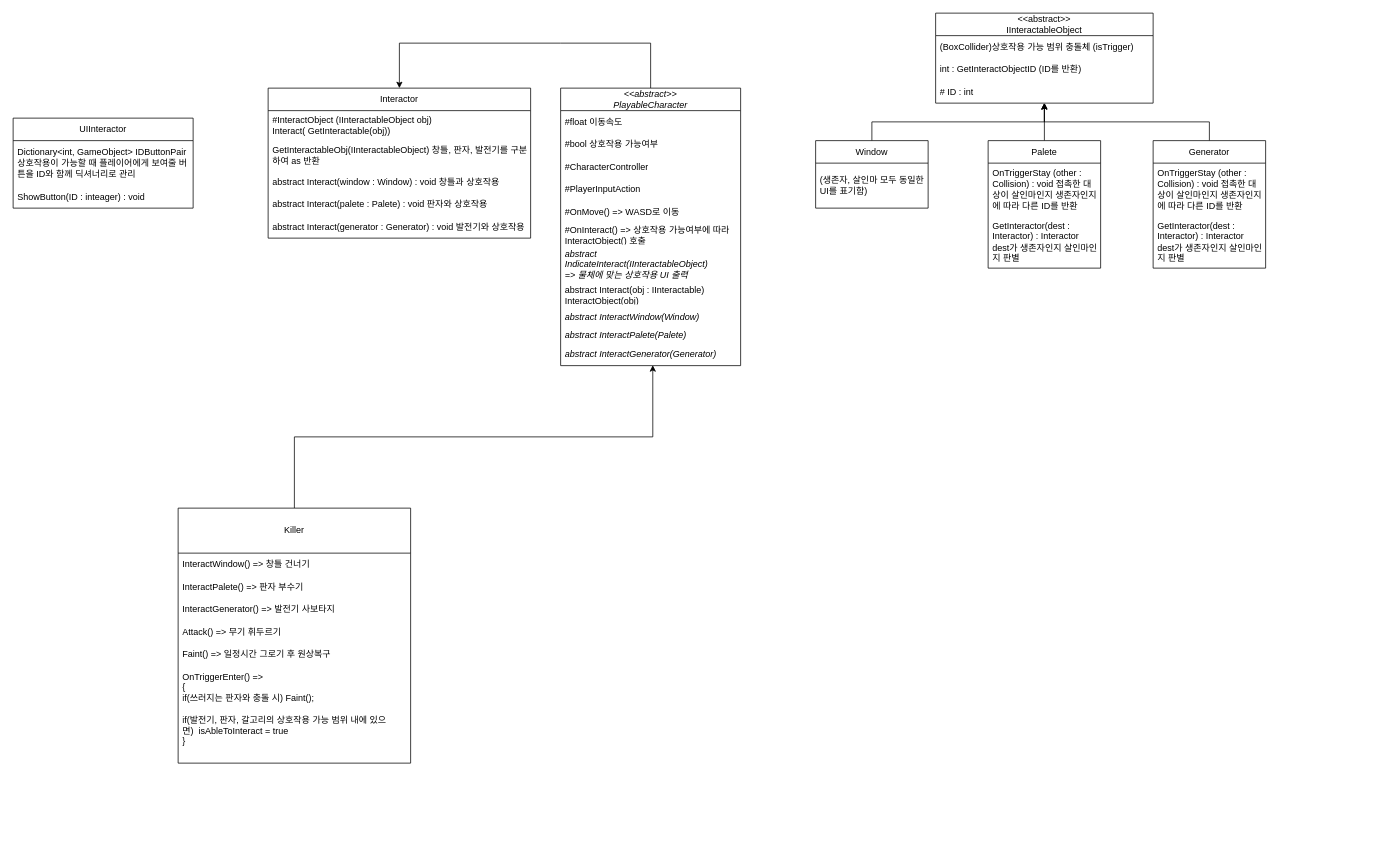
This is ProjectD_Classes.drawio from FavorKim/ProjectD, a draw.io file, before an edit. Source tidied: cells renumbered, new cells numbered last; positions are measured from the earlier drawing's top-left corner, leaving out a move shared by most shapes. Both pictures are drawn from the tidied source at 75%, with x=0, y=0 at pixel (13, 13).
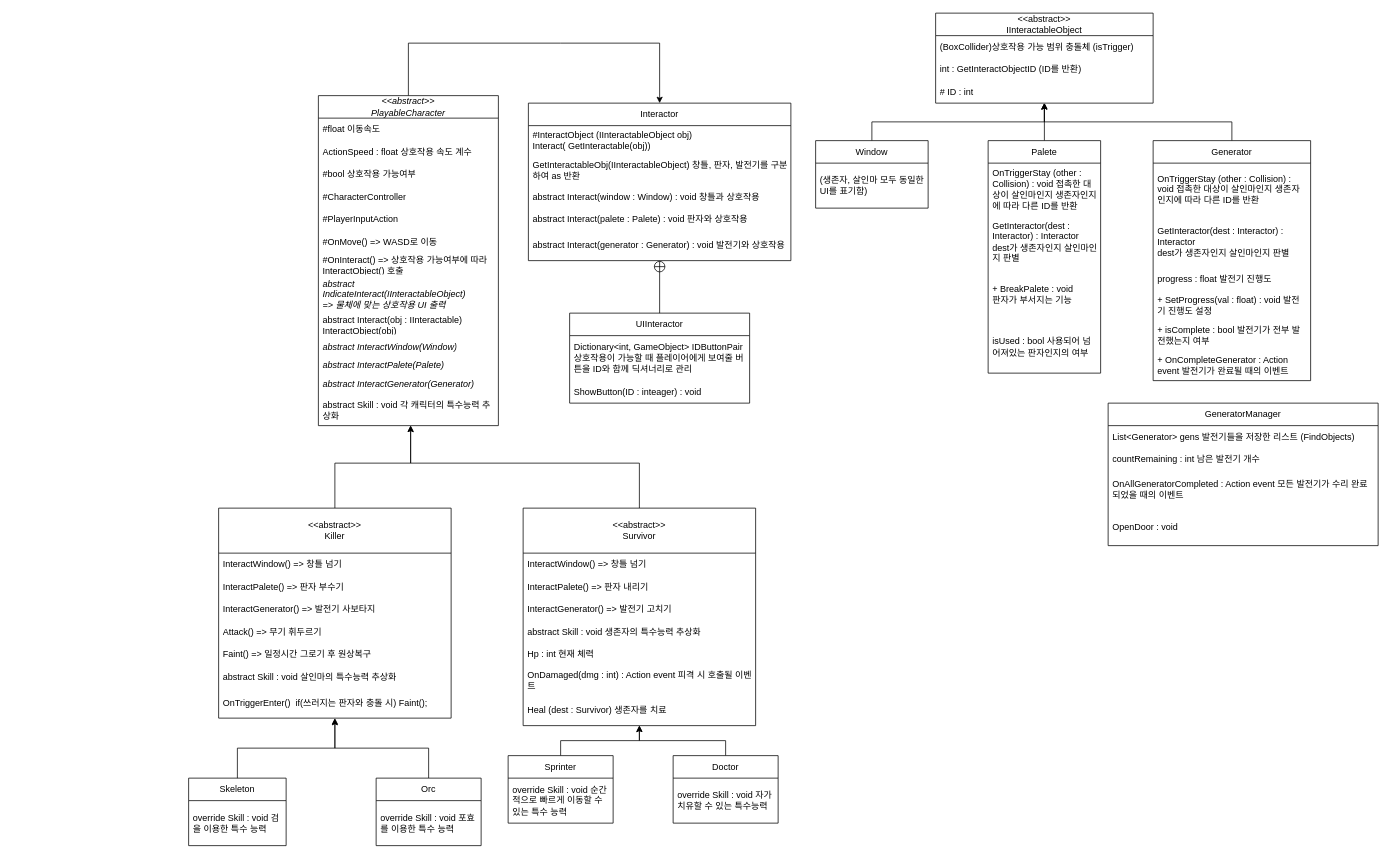
Above is the later version.

Change to the diagram source:
```diff
@@
     <mxCell id="3" value="&lt;i&gt;&amp;lt;&amp;lt;abstract&amp;gt;&amp;gt;&lt;/i&gt;&lt;div&gt;&lt;i&gt;PlayableCharacter&lt;/i&gt;&lt;/div&gt;" style="swimlane;fontStyle=0;horizontal=1;startSize=30;whiteSpace=wrap;html=1;" parent="1" vertex="1">
-      <mxGeometry x="730" y="100" width="240" height="370" as="geometry" />
+      <mxGeometry x="407" y="110" width="240" height="440" as="geometry" />
     </mxCell>
@@
+    <mxCell id="47" value="ActionSpeed : float 상호작용 속도 계수" style="text;strokeColor=none;fillColor=none;align=left;verticalAlign=middle;spacingLeft=4;spacingRight=4;overflow=hidden;whiteSpace=wrap;html=1;" parent="3" vertex="1">
+      <mxGeometry y="60" width="240" height="30" as="geometry" />
+    </mxCell>
     <mxCell id="5" value="#bool 상호작용 가능여부" style="text;strokeColor=none;fillColor=none;align=left;verticalAlign=middle;spacingLeft=4;spacingRight=4;overflow=hidden;whiteSpace=wrap;html=1;" parent="3" vertex="1">
-      <mxGeometry y="60" width="240" height="30" as="geometry" />
+      <mxGeometry y="90" width="240" height="30" as="geometry" />
     </mxCell>
     <mxCell id="6" value="#CharacterController" style="text;strokeColor=none;fillColor=none;align=left;verticalAlign=middle;spacingLeft=4;spacingRight=4;overflow=hidden;whiteSpace=wrap;html=1;" parent="3" vertex="1">
-      <mxGeometry y="90" width="240" height="30" as="geometry" />
+      <mxGeometry y="120" width="240" height="30" as="geometry" />
     </mxCell>
     <mxCell id="7" value="#PlayerInputAction" style="text;strokeColor=none;fillColor=none;align=left;verticalAlign=middle;spacingLeft=4;spacingRight=4;overflow=hidden;whiteSpace=wrap;html=1;" parent="3" vertex="1">
-      <mxGeometry y="120" width="240" height="30" as="geometry" />
+      <mxGeometry y="150" width="240" height="30" as="geometry" />
     </mxCell>
     <mxCell id="8" value="&lt;span style=&quot;font-style: normal;&quot;&gt;#OnMove() =&amp;gt; WASD로 이동&lt;/span&gt;" style="text;strokeColor=none;fillColor=none;align=left;verticalAlign=middle;spacingLeft=4;spacingRight=4;overflow=hidden;whiteSpace=wrap;html=1;fontStyle=2;" parent="3" vertex="1">
-      <mxGeometry y="150" width="240" height="30" as="geometry" />
+      <mxGeometry y="180" width="240" height="30" as="geometry" />
     </mxCell>
     <mxCell id="9" value="&lt;span style=&quot;font-style: normal;&quot;&gt;#OnInteract() =&amp;gt; 상호작용 가능여부에 따라 InteractObject() 호출&lt;/span&gt;" style="text;strokeColor=none;fillColor=none;align=left;verticalAlign=middle;spacingLeft=4;spacingRight=4;overflow=hidden;whiteSpace=wrap;html=1;fontStyle=2;" parent="3" vertex="1">
-      <mxGeometry y="180" width="240" height="30" as="geometry" />
+      <mxGeometry y="210" width="240" height="30" as="geometry" />
     </mxCell>
     <mxCell id="10" value="abstract IndicateInteract(IInteractableObject)&lt;div&gt;=&amp;gt; 물체에 맞는 상호작용 UI 출력&lt;/div&gt;" style="text;strokeColor=none;fillColor=none;align=left;verticalAlign=middle;spacingLeft=4;spacingRight=4;overflow=hidden;whiteSpace=wrap;html=1;fontStyle=2;" parent="3" vertex="1">
-      <mxGeometry y="210" width="240" height="50" as="geometry" />
+      <mxGeometry y="240" width="240" height="50" as="geometry" />
     </mxCell>
     <mxCell id="11" value="&lt;span style=&quot;font-style: normal;&quot;&gt;abstract Interact(obj : IInteractable)&lt;/span&gt;&lt;div&gt;&lt;span style=&quot;font-style: normal;&quot;&gt;InteractObject(obj)&lt;/span&gt;&lt;/div&gt;" style="text;strokeColor=none;fillColor=none;align=left;verticalAlign=middle;spacingLeft=4;spacingRight=4;overflow=hidden;whiteSpace=wrap;html=1;fontStyle=2;" parent="3" vertex="1">
-      <mxGeometry y="260" width="240" height="30" as="geometry" />
+      <mxGeometry y="290" width="240" height="30" as="geometry" />
     </mxCell>
     <mxCell id="12" value="abstract InteractWindow(Window)" style="text;strokeColor=none;fillColor=none;align=left;verticalAlign=middle;spacingLeft=4;spacingRight=4;overflow=hidden;whiteSpace=wrap;html=1;fontStyle=2;" parent="3" vertex="1">
-      <mxGeometry y="290" width="240" height="30" as="geometry" />
+      <mxGeometry y="320" width="240" height="30" as="geometry" />
     </mxCell>
     <mxCell id="13" value="abstract InteractPalete(Palete)" style="text;strokeColor=none;fillColor=none;align=left;verticalAlign=middle;spacingLeft=4;spacingRight=4;overflow=hidden;whiteSpace=wrap;html=1;fontStyle=2;" parent="3" vertex="1">
-      <mxGeometry y="320" width="240" height="20" as="geometry" />
+      <mxGeometry y="350" width="240" height="20" as="geometry" />
     </mxCell>
     <mxCell id="14" value="abstract InteractGenerator(Generator)" style="text;strokeColor=none;fillColor=none;align=left;verticalAlign=middle;spacingLeft=4;spacingRight=4;overflow=hidden;points=[[0,0.5],[1,0.5]];portConstraint=eastwest;whiteSpace=wrap;html=1;fontStyle=2;" parent="3" vertex="1">
-      <mxGeometry y="340" width="240" height="30" as="geometry" />
+      <mxGeometry y="370" width="240" height="30" as="geometry" />
     </mxCell>
+    <mxCell id="48" value="abstract Skill : void 각 캐릭터의 특수능력 추상화" style="text;strokeColor=none;fillColor=none;align=left;verticalAlign=middle;spacingLeft=4;spacingRight=4;overflow=hidden;whiteSpace=wrap;html=1;" parent="3" vertex="1">
+      <mxGeometry y="400" width="240" height="40" as="geometry" />
+    </mxCell>
-    <mxCell id="15" style="edgeStyle=orthogonalEdgeStyle;rounded=0;jettySize=auto;html=1;exitX=0.5;exitY=0;exitDx=0;exitDy=0;entryX=0.512;entryY=0.983;entryDx=0;entryDy=0;entryPerimeter=0;" parent="1" edge="1" source="16" target="14">
-      <mxGeometry relative="1" as="geometry" />
+    <mxCell id="15" style="edgeStyle=orthogonalEdgeStyle;rounded=0;jettySize=auto;html=1;exitX=0.5;exitY=0;exitDx=0;exitDy=0;" parent="1" edge="1" source="16" target="3">
+      <mxGeometry relative="1" as="geometry">
+        <Array as="points">
+          <mxPoint x="429" y="600" />
+          <mxPoint x="530" y="600" />
+        </Array>
+      </mxGeometry>
     </mxCell>
-    <mxCell id="16" value="Killer" style="swimlane;fontStyle=0;horizontal=1;startSize=60;whiteSpace=wrap;html=1;swimlaneLine=1;" parent="1" vertex="1">
-      <mxGeometry x="220" y="660" width="310" height="340" as="geometry" />
+    <mxCell id="16" value="&lt;div&gt;&amp;lt;&amp;lt;abstract&amp;gt;&amp;gt;&lt;/div&gt;Killer" style="swimlane;fontStyle=0;horizontal=1;startSize=60;whiteSpace=wrap;html=1;swimlaneLine=1;" parent="1" vertex="1">
+      <mxGeometry x="274" y="660" width="310" height="280" as="geometry" />
     </mxCell>
-    <mxCell id="17" value="InteractWindow() =&amp;gt; 창틀 건너기" style="text;strokeColor=none;fillColor=none;align=left;verticalAlign=middle;spacingLeft=4;spacingRight=4;overflow=hidden;whiteSpace=wrap;html=1;" parent="16" vertex="1">
+    <mxCell id="17" value="InteractWindow() =&amp;gt; 창틀 넘기" style="text;strokeColor=none;fillColor=none;align=left;verticalAlign=middle;spacingLeft=4;spacingRight=4;overflow=hidden;whiteSpace=wrap;html=1;" parent="16" vertex="1">
       <mxGeometry y="60" width="310" height="30" as="geometry" />
     </mxCell>
@@
+    <mxCell id="49" value="abstract Skill : void 살인마의 특수능력 추상화" style="text;strokeColor=none;fillColor=none;align=left;verticalAlign=middle;spacingLeft=4;spacingRight=4;overflow=hidden;whiteSpace=wrap;html=1;" parent="16" vertex="1">
+      <mxGeometry y="210" width="310" height="30" as="geometry" />
+    </mxCell>
-    <mxCell id="22" value="OnTriggerEnter() =&amp;gt;&amp;nbsp;&lt;div&gt;{&amp;nbsp;&lt;div&gt;if(쓰러지는 판자와 충돌 시) Faint();&amp;nbsp;&lt;/div&gt;&lt;div&gt;&lt;br&gt;&lt;/div&gt;&lt;div&gt;if(발전기, 판자, 갈고리의 상호작용 가능 범위 내에 있으면)&amp;nbsp;&amp;nbsp;&lt;span style=&quot;background-color: initial;&quot;&gt;isAbleToInteract = true&lt;/span&gt;&lt;/div&gt;&lt;div&gt;}&lt;/div&gt;&lt;div&gt;&lt;br&gt;&lt;/div&gt;&lt;/div&gt;" style="text;strokeColor=none;fillColor=none;align=left;verticalAlign=middle;spacingLeft=4;spacingRight=4;overflow=hidden;points=[[0,0.5],[1,0.5]];portConstraint=eastwest;whiteSpace=wrap;html=1;" parent="16" vertex="1">
-      <mxGeometry y="210" width="310" height="130" as="geometry" />
+    <mxCell id="22" value="OnTriggerEnter()&amp;nbsp;&amp;nbsp;&lt;span style=&quot;background-color: initial;&quot;&gt;if(쓰러지는 판자와 충돌 시) Faint();&amp;nbsp;&lt;/span&gt;" style="text;strokeColor=none;fillColor=none;align=left;verticalAlign=middle;spacingLeft=4;spacingRight=4;overflow=hidden;points=[[0,0.5],[1,0.5]];portConstraint=eastwest;whiteSpace=wrap;html=1;" parent="16" vertex="1">
+      <mxGeometry y="240" width="310" height="40" as="geometry" />
     </mxCell>
@@
     <mxCell id="27" value="Interactor" style="swimlane;fontStyle=0;horizontal=1;startSize=30;whiteSpace=wrap;html=1;" parent="1" vertex="1">
-      <mxGeometry x="340" y="100" width="350" height="200" as="geometry" />
+      <mxGeometry x="687" y="120" width="350" height="210" as="geometry" />
     </mxCell>
@@
     <mxCell id="32" value="abstract Interact(generator : Generator) : void&amp;nbsp;발전기와 상호작용" style="text;strokeColor=none;fillColor=none;align=left;verticalAlign=middle;spacingLeft=4;spacingRight=4;overflow=hidden;whiteSpace=wrap;html=1;" parent="27" vertex="1">
-      <mxGeometry y="170" width="350" height="30" as="geometry" />
+      <mxGeometry y="170" width="350" height="40" as="geometry" />
     </mxCell>
     <mxCell id="33" value="UIInteractor" style="swimlane;fontStyle=0;horizontal=1;startSize=30;whiteSpace=wrap;html=1;" parent="1" vertex="1">
-      <mxGeometry y="140" width="240" height="120" as="geometry" />
+      <mxGeometry x="742" y="400" width="240" height="120" as="geometry" />
     </mxCell>
@@
     <mxCell id="40" value="Palete" style="swimlane;fontStyle=0;horizontal=1;startSize=30;whiteSpace=wrap;html=1;" parent="1" vertex="1">
-      <mxGeometry x="1300" y="170" width="150" height="170" as="geometry" />
+      <mxGeometry x="1300" y="170" width="150" height="310" as="geometry" />
     </mxCell>
@@
+    <mxCell id="50" value="+ BreakPalete : void&lt;div&gt;판자가 부서지는 기능&lt;/div&gt;" style="text;strokeColor=none;fillColor=none;align=left;verticalAlign=middle;spacingLeft=4;spacingRight=4;overflow=hidden;whiteSpace=wrap;html=1;" parent="40" vertex="1">
+      <mxGeometry y="170" width="150" height="70" as="geometry" />
+    </mxCell>
+    <mxCell id="51" value="isUsed : bool 사용되어 넘어져있는 판자인지의 여부" style="text;strokeColor=none;fillColor=none;align=left;verticalAlign=middle;spacingLeft=4;spacingRight=4;overflow=hidden;whiteSpace=wrap;html=1;" parent="40" vertex="1">
+      <mxGeometry y="240" width="150" height="70" as="geometry" />
+    </mxCell>
@@
     <mxCell id="44" value="Generator" style="swimlane;fontStyle=0;horizontal=1;startSize=30;whiteSpace=wrap;html=1;" parent="1" vertex="1">
-      <mxGeometry x="1520" y="170" width="150" height="170" as="geometry" />
+      <mxGeometry x="1520" y="170" width="210" height="320" as="geometry" />
     </mxCell>
     <mxCell id="45" value="OnTriggerStay (other : Collision) : void 접촉한 대상이 살인마인지 생존자인지에 따라 다른 ID를 반환" style="text;strokeColor=none;fillColor=none;align=left;verticalAlign=middle;spacingLeft=4;spacingRight=4;overflow=hidden;whiteSpace=wrap;html=1;" parent="44" vertex="1">
-      <mxGeometry y="30" width="150" height="70" as="geometry" />
+      <mxGeometry y="30" width="210" height="70" as="geometry" />
     </mxCell>
     <mxCell id="46" value="GetInteractor(dest : Interactor) : Interactor&lt;div&gt;dest가 생존자인지 살인마인지 판별&lt;/div&gt;" style="text;strokeColor=none;fillColor=none;align=left;verticalAlign=middle;spacingLeft=4;spacingRight=4;overflow=hidden;whiteSpace=wrap;html=1;" parent="44" vertex="1">
-      <mxGeometry y="100" width="150" height="70" as="geometry" />
+      <mxGeometry y="100" width="210" height="70" as="geometry" />
     </mxCell>
+    <mxCell id="52" value="progress : float 발전기 진행도" style="text;strokeColor=none;fillColor=none;align=left;verticalAlign=middle;spacingLeft=4;spacingRight=4;overflow=hidden;whiteSpace=wrap;html=1;" parent="44" vertex="1">
+      <mxGeometry y="170" width="210" height="30" as="geometry" />
+    </mxCell>
+    <mxCell id="53" value="+ SetProgress(val : float) : void 발전기 진행도 설정" style="text;strokeColor=none;fillColor=none;align=left;verticalAlign=middle;spacingLeft=4;spacingRight=4;overflow=hidden;whiteSpace=wrap;html=1;" parent="44" vertex="1">
+      <mxGeometry y="200" width="210" height="40" as="geometry" />
+    </mxCell>
+    <mxCell id="54" value="+ isComplete : bool 발전기가 전부 발전했는지 여부" style="text;strokeColor=none;fillColor=none;align=left;verticalAlign=middle;spacingLeft=4;spacingRight=4;overflow=hidden;whiteSpace=wrap;html=1;" parent="44" vertex="1">
+      <mxGeometry y="240" width="210" height="40" as="geometry" />
+    </mxCell>
+    <mxCell id="55" value="+ OnCompleteGenerator : Action event 발전기가 완료될 때의 이벤트" style="text;strokeColor=none;fillColor=none;align=left;verticalAlign=middle;spacingLeft=4;spacingRight=4;overflow=hidden;whiteSpace=wrap;html=1;" parent="44" vertex="1">
+      <mxGeometry y="280" width="210" height="40" as="geometry" />
+    </mxCell>
+    <mxCell id="56" value="GeneratorManager" style="swimlane;fontStyle=0;horizontal=1;startSize=30;whiteSpace=wrap;html=1;" parent="1" vertex="1">
+      <mxGeometry x="1460" y="520" width="360" height="190" as="geometry" />
+    </mxCell>
+    <mxCell id="57" value="List&amp;lt;Generator&amp;gt; gens 발전기들을 저장한 리스트 (FindObjects)" style="text;strokeColor=none;fillColor=none;align=left;verticalAlign=middle;spacingLeft=4;spacingRight=4;overflow=hidden;whiteSpace=wrap;html=1;" parent="56" vertex="1">
+      <mxGeometry y="30" width="360" height="30" as="geometry" />
+    </mxCell>
+    <mxCell id="58" value="countRemaining : int 남은 발전기 개수" style="text;strokeColor=none;fillColor=none;align=left;verticalAlign=middle;spacingLeft=4;spacingRight=4;overflow=hidden;whiteSpace=wrap;html=1;" parent="56" vertex="1">
+      <mxGeometry y="60" width="360" height="30" as="geometry" />
+    </mxCell>
+    <mxCell id="59" value="OnAllGeneratorCompleted : Action event 모든 발전기가 수리 완료되었을 때의 이벤트" style="text;strokeColor=none;fillColor=none;align=left;verticalAlign=middle;spacingLeft=4;spacingRight=4;overflow=hidden;whiteSpace=wrap;html=1;" parent="56" vertex="1">
+      <mxGeometry y="90" width="360" height="50" as="geometry" />
+    </mxCell>
+    <mxCell id="60" value="OpenDoor : void&amp;nbsp;" style="text;strokeColor=none;fillColor=none;align=left;verticalAlign=middle;spacingLeft=4;spacingRight=4;overflow=hidden;whiteSpace=wrap;html=1;" parent="56" vertex="1">
+      <mxGeometry y="140" width="360" height="50" as="geometry" />
+    </mxCell>
+    <mxCell id="61" value="Skeleton" style="swimlane;fontStyle=0;horizontal=1;startSize=30;whiteSpace=wrap;html=1;swimlaneLine=1;" parent="1" vertex="1">
+      <mxGeometry x="234" y="1020" width="130" height="90" as="geometry" />
+    </mxCell>
+    <mxCell id="62" value="override Skill : void 검을 이용한 특수 능력" style="text;strokeColor=none;fillColor=none;align=left;verticalAlign=middle;spacingLeft=4;spacingRight=4;overflow=hidden;whiteSpace=wrap;html=1;" parent="61" vertex="1">
+      <mxGeometry y="30" width="130" height="60" as="geometry" />
+    </mxCell>
+    <mxCell id="63" style="edgeStyle=orthogonalEdgeStyle;rounded=0;jettySize=auto;html=1;entryX=0.5;entryY=1.025;entryDx=0;entryDy=0;entryPerimeter=0;" parent="1" edge="1" source="61" target="22">
+      <mxGeometry relative="1" as="geometry" />
+    </mxCell>
+    <mxCell id="64" style="edgeStyle=orthogonalEdgeStyle;rounded=0;jettySize=auto;html=1;" parent="1" edge="1" source="65" target="16">
+      <mxGeometry relative="1" as="geometry" />
+    </mxCell>
+    <mxCell id="65" value="Orc" style="swimlane;fontStyle=0;horizontal=1;startSize=30;whiteSpace=wrap;html=1;swimlaneLine=1;" parent="1" vertex="1">
+      <mxGeometry x="484" y="1020" width="140" height="90" as="geometry" />
+    </mxCell>
+    <mxCell id="66" value="override Skill : void 포효를 이용한 특수 능력" style="text;strokeColor=none;fillColor=none;align=left;verticalAlign=middle;spacingLeft=4;spacingRight=4;overflow=hidden;whiteSpace=wrap;html=1;" parent="65" vertex="1">
+      <mxGeometry y="30" width="140" height="60" as="geometry" />
+    </mxCell>
+    <mxCell id="67" style="edgeStyle=orthogonalEdgeStyle;rounded=0;jettySize=auto;html=1;exitX=0.5;exitY=0;exitDx=0;exitDy=0;" parent="1" edge="1" source="68" target="3">
+      <mxGeometry relative="1" as="geometry">
+        <Array as="points">
+          <mxPoint x="835" y="600" />
+          <mxPoint x="530" y="600" />
+        </Array>
+      </mxGeometry>
+    </mxCell>
+    <mxCell id="68" value="&lt;div&gt;&amp;lt;&amp;lt;abstract&amp;gt;&amp;gt;&lt;/div&gt;&lt;div&gt;Survivor&lt;/div&gt;" style="swimlane;fontStyle=0;horizontal=1;startSize=60;whiteSpace=wrap;html=1;swimlaneLine=1;" parent="1" vertex="1">
+      <mxGeometry x="680" y="660" width="310" height="290" as="geometry" />
+    </mxCell>
+    <mxCell id="69" value="InteractWindow() =&amp;gt; 창틀 넘기" style="text;strokeColor=none;fillColor=none;align=left;verticalAlign=middle;spacingLeft=4;spacingRight=4;overflow=hidden;whiteSpace=wrap;html=1;" parent="68" vertex="1">
+      <mxGeometry y="60" width="310" height="30" as="geometry" />
+    </mxCell>
+    <mxCell id="70" value="InteractPalete() =&amp;gt; 판자 내리기" style="text;strokeColor=none;fillColor=none;align=left;verticalAlign=middle;spacingLeft=4;spacingRight=4;overflow=hidden;whiteSpace=wrap;html=1;" parent="68" vertex="1">
+      <mxGeometry y="90" width="310" height="30" as="geometry" />
+    </mxCell>
+    <mxCell id="71" value="InteractGenerator() =&amp;gt; 발전기 고치기" style="text;strokeColor=none;fillColor=none;align=left;verticalAlign=middle;spacingLeft=4;spacingRight=4;overflow=hidden;whiteSpace=wrap;html=1;" parent="68" vertex="1">
+      <mxGeometry y="120" width="310" height="30" as="geometry" />
+    </mxCell>
+    <mxCell id="72" value="abstract Skill : void 생존자의 특수능력 추상화" style="text;strokeColor=none;fillColor=none;align=left;verticalAlign=middle;spacingLeft=4;spacingRight=4;overflow=hidden;whiteSpace=wrap;html=1;" parent="68" vertex="1">
+      <mxGeometry y="150" width="310" height="30" as="geometry" />
+    </mxCell>
+    <mxCell id="73" value="Hp : int 현재 체력" style="text;strokeColor=none;fillColor=none;align=left;verticalAlign=middle;spacingLeft=4;spacingRight=4;overflow=hidden;whiteSpace=wrap;html=1;" parent="68" vertex="1">
+      <mxGeometry y="180" width="310" height="30" as="geometry" />
+    </mxCell>
+    <mxCell id="74" value="OnDamaged(dmg : int) : Action event 피격 시 호출될 이벤트" style="text;strokeColor=none;fillColor=none;align=left;verticalAlign=middle;spacingLeft=4;spacingRight=4;overflow=hidden;whiteSpace=wrap;html=1;" parent="68" vertex="1">
+      <mxGeometry y="210" width="310" height="40" as="geometry" />
+    </mxCell>
+    <mxCell id="75" value="Heal (dest : Survivor) 생존자를 치료" style="text;strokeColor=none;fillColor=none;align=left;verticalAlign=middle;spacingLeft=4;spacingRight=4;overflow=hidden;whiteSpace=wrap;html=1;" parent="68" vertex="1">
+      <mxGeometry y="250" width="310" height="40" as="geometry" />
+    </mxCell>
+    <mxCell id="76" style="endArrow=none;html=1;rounded=0;startArrow=circlePlus;startFill=0;endFill=0;" parent="1" edge="1" source="27" target="33">
+      <mxGeometry relative="1" as="geometry" />
+    </mxCell>
+    <mxCell id="77" style="edgeStyle=orthogonalEdgeStyle;rounded=0;jettySize=auto;html=1;" parent="1" edge="1" source="78" target="68">
+      <mxGeometry relative="1" as="geometry" />
+    </mxCell>
+    <mxCell id="78" value="Sprinter" style="swimlane;fontStyle=0;horizontal=1;startSize=30;whiteSpace=wrap;html=1;swimlaneLine=1;" parent="1" vertex="1">
+      <mxGeometry x="660" y="990" width="140" height="90" as="geometry" />
+    </mxCell>
+    <mxCell id="79" value="override Skill : void 순간적으로 빠르게 이동할 수 있는 특수 능력" style="text;strokeColor=none;fillColor=none;align=left;verticalAlign=middle;spacingLeft=4;spacingRight=4;overflow=hidden;whiteSpace=wrap;html=1;" parent="78" vertex="1">
+      <mxGeometry y="30" width="140" height="60" as="geometry" />
+    </mxCell>
+    <mxCell id="80" style="edgeStyle=orthogonalEdgeStyle;rounded=0;jettySize=auto;html=1;" parent="1" edge="1" source="81" target="68">
+      <mxGeometry relative="1" as="geometry" />
+    </mxCell>
+    <mxCell id="81" value="Doctor" style="swimlane;fontStyle=0;horizontal=1;startSize=30;whiteSpace=wrap;html=1;swimlaneLine=1;" parent="1" vertex="1">
+      <mxGeometry x="880" y="990" width="140" height="90" as="geometry" />
+    </mxCell>
+    <mxCell id="82" value="override Skill : void 자가치유할 수 있는 특수능력" style="text;strokeColor=none;fillColor=none;align=left;verticalAlign=middle;spacingLeft=4;spacingRight=4;overflow=hidden;whiteSpace=wrap;html=1;" parent="81" vertex="1">
+      <mxGeometry y="30" width="140" height="60" as="geometry" />
+    </mxCell>
```
